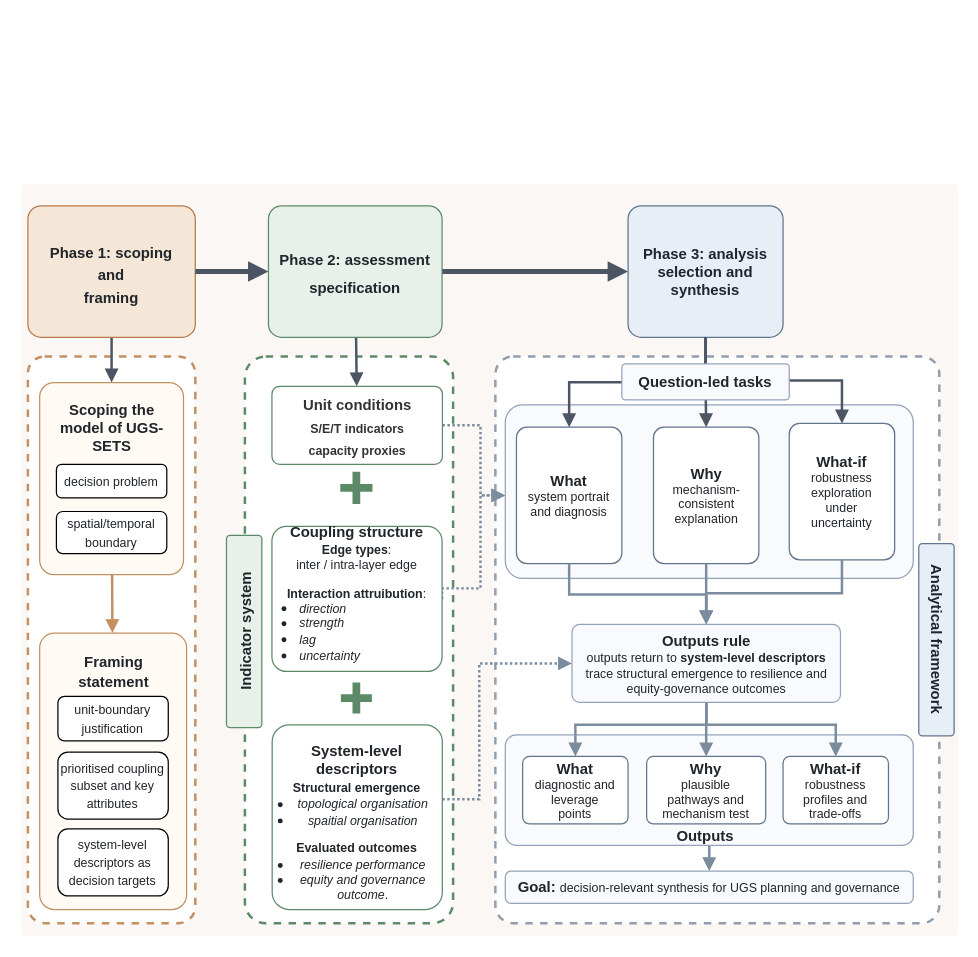
This is section5-workflow.drawio from ZixuanLi317/iodraw-files, a draw.io file, before an edit. Source tidied: cells renumbered, new cells numbered last; positions are measured from the earlier drawing's top-left corner, leaving out a move shared by most shapes. Both pictures are drawn from the tidied source at 124%, with x=0, y=0 at pixel (21, 184).
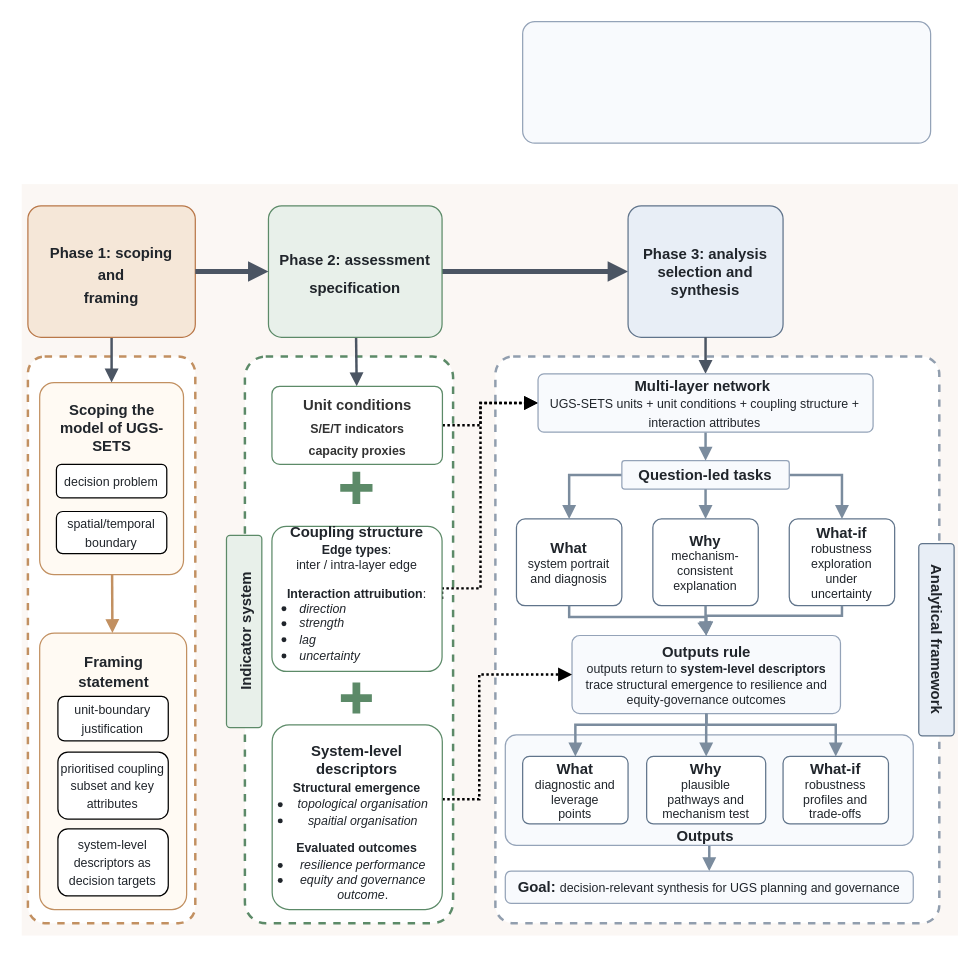
The same diagram, later.

Unchanged cells that the change refers to:
```xml
<mxCell id="14" value="&lt;b&gt;Phase 3: analysis selection and synthesis&lt;/b&gt;" style="whiteSpace=wrap;html=1;fillColor=#e8eef6;strokeColor=#60748b;fontSize=12;fontColor=#20252b;align=center;verticalAlign=middle;spacing=10;rounded=1;arcSize=10;" parent="1" vertex="1">
  <mxGeometry x="489" y="17.5" width="125" height="106" as="geometry" />
</mxCell>
<mxCell id="18" value="&lt;font style=&quot;line-height: 15px; color: rgb(0, 0, 0);&quot;&gt;&lt;b&gt;&lt;span style=&quot;font-size: 12px; line-height: 12px;&quot;&gt;Unit conditions&lt;/span&gt;&lt;br&gt;&lt;font style=&quot;font-size: 10px; line-height: 10px;&quot;&gt;S/E/T indicators&lt;/font&gt;&lt;/b&gt;&lt;/font&gt;&lt;div style=&quot;padding-top: 0px;&quot;&gt;&lt;span style=&quot;background-color: transparent; font-size: 10px;&quot;&gt;&lt;b&gt;&lt;font style=&quot;color: rgb(0, 0, 0);&quot;&gt;capacity proxies&lt;/font&gt;&lt;/b&gt;&lt;/span&gt;&lt;/div&gt;" style="whiteSpace=wrap;html=1;fillColor=#ffffff;strokeColor=#5c8a68;fontSize=15;fontColor=#20252b;align=center;verticalAlign=middle;spacing=10;rounded=1;arcSize=10;textOpacity=80;" parent="1" vertex="1">
  <mxGeometry x="201.8" y="163" width="137.5" height="63" as="geometry" />
</mxCell>
<mxCell id="38" value="&lt;b&gt;Coupling structure&lt;/b&gt;&lt;div style=&quot;line-height: 100%;&quot;&gt;&lt;span style=&quot;font-size: 10px; text-align: left; background-color: transparent; color: light-dark(rgb(32, 37, 43), rgb(201, 206, 211)); line-height: 100%;&quot;&gt;&lt;b&gt;Edge types&lt;/b&gt;:&lt;/span&gt;&lt;/div&gt;&lt;div style=&quot;line-height: 100%; margin-bottom: 10px;&quot;&gt;&lt;font style=&quot;font-size: 10px;&quot;&gt;inter / intra-layer edge&lt;/font&gt;&lt;/div&gt;&lt;div style=&quot;line-height: 100%;&quot;&gt;&lt;span style=&quot;font-size: 10px; text-align: left; background-color: transparent; color: light-dark(rgb(32, 37, 43), rgb(201, 206, 211)); line-height: 100%;&quot;&gt;&lt;b&gt;Interaction attruibution&lt;/b&gt;:&lt;/span&gt;&lt;ul style=&quot;padding-left: 10px; margin-bottom: 10px; margin-top: 0px;&quot;&gt;&lt;li style=&quot;text-align: left;&quot;&gt;&lt;font style=&quot;font-size: 10px; line-height: 100%;&quot;&gt;&lt;i&gt;direction&lt;/i&gt;&lt;/font&gt;&lt;/li&gt;&lt;li style=&quot;text-align: left;&quot;&gt;&lt;font style=&quot;font-size: 10px;&quot;&gt;&lt;i&gt;strength&lt;/i&gt;&lt;/font&gt;&lt;/li&gt;&lt;li style=&quot;text-align: left;&quot;&gt;&lt;font style=&quot;font-size: 10px;&quot;&gt;&lt;i&gt;lag&lt;/i&gt;&lt;/font&gt;&lt;/li&gt;&lt;li style=&quot;text-align: left;&quot;&gt;&lt;font style=&quot;font-size: 10px;&quot;&gt;&lt;i&gt;uncertainty&lt;/i&gt;&lt;/font&gt;&lt;/li&gt;&lt;/ul&gt;&lt;/div&gt;" style="whiteSpace=wrap;html=1;fillColor=#ffffff;strokeColor=#5c8a68;fontSize=12;fontColor=#20252b;align=center;verticalAlign=middle;spacing=10;rounded=1;arcSize=10;" parent="1" vertex="1">
  <mxGeometry x="201.8" y="276" width="137.2" height="117" as="geometry" />
</mxCell>
<mxCell id="40" value="&lt;b&gt;&lt;font style=&quot;font-size: 12px;&quot;&gt;System-level descriptors&lt;/font&gt;&lt;/b&gt;&lt;div&gt;&lt;span style=&quot;background-color: transparent; color: light-dark(rgb(32, 37, 43), rgb(201, 206, 211)); font-size: 10px; text-align: left;&quot;&gt;&lt;b&gt;Structural emergence&lt;/b&gt;&lt;/span&gt;&lt;ul style=&quot;padding-left: 10px; line-height: 100%; margin-top: 0px; margin-bottom: 8px;&quot;&gt;&lt;li&gt;&lt;span style=&quot;font-size: 10px;&quot;&gt;&lt;i&gt;topological organisation&lt;/i&gt;&lt;/span&gt;&lt;/li&gt;&lt;li&gt;&lt;span style=&quot;font-size: 10px;&quot;&gt;&lt;i&gt;spaitial organisation&lt;/i&gt;&lt;/span&gt;&lt;/li&gt;&lt;/ul&gt;&lt;span style=&quot;font-size: 10px; background-color: transparent; color: light-dark(rgb(32, 37, 43), rgb(201, 206, 211));&quot;&gt;&lt;b&gt;Evaluated outcomes&lt;/b&gt;&lt;/span&gt;&lt;br&gt;&lt;ul style=&quot;padding-left: 10px; line-height: 100%; margin-top: 0px; margin-bottom: 0px;&quot;&gt;&lt;li&gt;&lt;span style=&quot;background-color: transparent; color: light-dark(rgb(32, 37, 43), rgb(201, 206, 211)); font-size: 10px; text-align: left; line-height: 100%;&quot;&gt;&lt;i&gt;resilience performance&lt;/i&gt;&lt;/span&gt;&lt;/li&gt;&lt;li&gt;&lt;span style=&quot;background-color: transparent; color: light-dark(rgb(32, 37, 43), rgb(201, 206, 211)); font-size: 10px; text-align: left; line-height: 100%;&quot;&gt;&lt;i&gt;equity and governance outcome&lt;/i&gt;.&lt;/span&gt;&lt;/li&gt;&lt;/ul&gt;&lt;/div&gt;" style="whiteSpace=wrap;html=1;fillColor=#ffffff;strokeColor=#5c8a68;fontSize=12;fontColor=#20252b;align=center;verticalAlign=top;spacing=10;rounded=1;arcSize=10;fontFamily=Helvetica;fontStyle=0;" parent="1" vertex="1">
  <mxGeometry x="202" y="436" width="137.2" height="149" as="geometry" />
</mxCell>
```

Change to the diagram source:
```diff
@@
     <mxCell id="4" style="whiteSpace=wrap;html=1;fillColor=#f8fafd;strokeColor=#94a3b8;fontSize=12;fontColor=#20252b;align=center;verticalAlign=middle;spacing=10;rounded=1;arcSize=10;fontFamily=Helvetica;" parent="1" vertex="1">
-      <mxGeometry x="390" y="178" width="329" height="140" as="geometry" />
+      <mxGeometry x="404" y="-131" width="329" height="98" as="geometry" />
     </mxCell>
@@
-    <mxCell id="17" style="edgeStyle=orthogonalEdgeStyle;rounded=0;jettySize=auto;html=1;fontSize=14;exitX=1;exitY=0.5;exitDx=0;exitDy=0;endArrow=block;endFill=1;strokeColor=light-dark(#7b8c9e, #b77859);strokeWidth=2;align=center;verticalAlign=middle;fontFamily=Helvetica;fontColor=#68717c;labelBackgroundColor=default;dashed=1;dashPattern=1 1;" parent="1" edge="1" source="18">
+    <mxCell id="17" style="edgeStyle=orthogonalEdgeStyle;rounded=0;jettySize=auto;html=1;fontSize=14;exitX=1;exitY=0.5;exitDx=0;exitDy=0;endArrow=block;endFill=1;strokeColor=light-dark(#000000,#B77859);strokeWidth=2;align=center;verticalAlign=middle;fontFamily=Helvetica;fontColor=#68717c;labelBackgroundColor=default;dashed=1;dashPattern=1 1;entryX=0;entryY=0.5;entryDx=0;entryDy=0;" parent="1" edge="1" source="18" target="54">
       <mxGeometry relative="1" as="geometry">
-        <mxPoint x="390" y="251" as="targetPoint" />
         <Array as="points">
-          <mxPoint x="370" y="194" />
-          <mxPoint x="370" y="251" />
+          <mxPoint x="370" y="195" />
+          <mxPoint x="370" y="177" />
+          <mxPoint x="416" y="177" />
         </Array>
       </mxGeometry>
     </mxCell>
@@
     <mxCell id="19" value="&lt;div style=&quot;line-height: 100%;&quot;&gt;&lt;b&gt;What&lt;/b&gt;&lt;br&gt;&lt;font style=&quot;font-size: 10px; line-height: 100%;&quot;&gt;system portrait and diagnosis&lt;/font&gt;&lt;/div&gt;" style="whiteSpace=wrap;html=1;fillColor=default;strokeColor=#60748b;fontSize=12;fontColor=#20252b;align=center;verticalAlign=middle;spacing=10;rounded=1;arcSize=10;fontFamily=Helvetica;" parent="1" vertex="1">
-      <mxGeometry x="399" y="196" width="85" height="110" as="geometry" />
+      <mxGeometry x="399" y="270" width="85" height="70" as="geometry" />
     </mxCell>
     <mxCell id="20" value="&lt;div style=&quot;line-height: 100%;&quot;&gt;&lt;b&gt;Why&lt;/b&gt;&lt;br&gt;&lt;font style=&quot;font-size: 10px; line-height: 100%;&quot;&gt;mechanism-consistent explanation&lt;/font&gt;&lt;/div&gt;" style="whiteSpace=wrap;html=1;fillColor=default;strokeColor=#60748b;fontSize=12;fontColor=#20252b;align=center;verticalAlign=middle;spacing=10;rounded=1;arcSize=10;fontFamily=Helvetica;" parent="1" vertex="1">
-      <mxGeometry x="509.5" y="196" width="85" height="110" as="geometry" />
+      <mxGeometry x="509" y="270" width="85" height="70" as="geometry" />
     </mxCell>
     <mxCell id="21" value="&lt;div style=&quot;line-height: 100%;&quot;&gt;&lt;b&gt;What-if&lt;/b&gt;&lt;br&gt;&lt;font style=&quot;font-size: 10px; line-height: 100%;&quot;&gt;robustness exploration&lt;br&gt;under uncertainty&lt;/font&gt;&lt;/div&gt;" style="whiteSpace=wrap;html=1;fillColor=default;strokeColor=#60748b;fontSize=12;fontColor=#20252b;align=center;verticalAlign=middle;spacing=10;rounded=1;arcSize=10;fontFamily=Helvetica;" parent="1" vertex="1">
-      <mxGeometry x="619" y="193" width="85" height="110" as="geometry" />
+      <mxGeometry x="619" y="270" width="85" height="70" as="geometry" />
     </mxCell>
-    <mxCell id="22" style="edgeStyle=orthogonalEdgeStyle;rounded=0;jettySize=auto;html=1;strokeColor=#4b5563;strokeWidth=2;endArrow=block;endFill=1;fontSize=14;fontColor=#68717c;exitX=0.5;exitY=1;exitDx=0;exitDy=0;" parent="1" edge="1" source="14" target="19">
+    <mxCell id="22" style="edgeStyle=orthogonalEdgeStyle;rounded=0;jettySize=auto;html=1;strokeColor=light-dark(#7b8c9e, #b77859);strokeWidth=2;endArrow=block;endFill=1;fontSize=14;fontColor=#68717c;exitX=0;exitY=0.5;exitDx=0;exitDy=0;align=center;verticalAlign=middle;fontFamily=Helvetica;labelBackgroundColor=default;" parent="1" edge="1" source="43" target="19">
       <mxGeometry relative="1" as="geometry" />
     </mxCell>
-    <mxCell id="23" style="edgeStyle=orthogonalEdgeStyle;rounded=0;jettySize=auto;html=1;strokeColor=#4b5563;strokeWidth=2;endArrow=block;endFill=1;fontSize=14;fontColor=#68717c;" parent="1" edge="1" source="14" target="20">
+    <mxCell id="23" style="edgeStyle=orthogonalEdgeStyle;rounded=0;jettySize=auto;html=1;strokeColor=#4b5563;strokeWidth=2;endArrow=block;endFill=1;fontSize=14;fontColor=#68717c;entryX=0.5;entryY=0;entryDx=0;entryDy=0;" parent="1" edge="1" source="14" target="54">
       <mxGeometry relative="1" as="geometry" />
     </mxCell>
-    <mxCell id="24" style="edgeStyle=orthogonalEdgeStyle;rounded=0;jettySize=auto;html=1;strokeColor=#4b5563;strokeWidth=2;endArrow=block;endFill=1;fontSize=14;fontColor=#68717c;exitX=0.5;exitY=1;exitDx=0;exitDy=0;" parent="1" edge="1" source="14" target="21">
+    <mxCell id="24" style="edgeStyle=orthogonalEdgeStyle;rounded=0;jettySize=auto;html=1;strokeColor=light-dark(#7b8c9e, #b77859);strokeWidth=2;endArrow=block;endFill=1;fontSize=14;fontColor=#68717c;exitX=1;exitY=0.5;exitDx=0;exitDy=0;align=center;verticalAlign=middle;fontFamily=Helvetica;labelBackgroundColor=default;" parent="1" edge="1" source="43" target="21">
       <mxGeometry relative="1" as="geometry" />
     </mxCell>
@@
     <mxCell id="26" value="&lt;div style=&quot;line-height: 80%;&quot;&gt;&lt;b&gt;&lt;font style=&quot;font-size: 12px; line-height: 80%;&quot;&gt;Outputs rule&lt;/font&gt;&lt;/b&gt;&lt;br&gt;&lt;font style=&quot;font-size: 10px; line-height: 80%;&quot;&gt;outputs return to &lt;b&gt;system-level descriptors&lt;/b&gt;&lt;br&gt;trace structural emergence to resilience and equity-governance outcomes&lt;/font&gt;&lt;/div&gt;" style="whiteSpace=wrap;html=1;fillColor=#f8fafd;strokeColor=#94a3b8;fontSize=16;fontColor=#20252b;align=center;verticalAlign=middle;spacing=10;rounded=1;arcSize=10;" parent="1" vertex="1">
-      <mxGeometry x="443.8" y="355" width="216.5" height="63" as="geometry" />
+      <mxGeometry x="443.8" y="364" width="216.5" height="63" as="geometry" />
     </mxCell>
     <mxCell id="27" style="edgeStyle=orthogonalEdgeStyle;rounded=0;jettySize=auto;html=1;strokeColor=light-dark(#7b8c9e, #b77859);strokeWidth=2;endArrow=block;endFill=1;fontSize=14;fontColor=#68717c;exitX=0.5;exitY=1;exitDx=0;exitDy=0;" parent="1" edge="1" source="19" target="26">
       <mxGeometry relative="1" as="geometry">
         <Array as="points">
-          <mxPoint x="442" y="331" />
-          <mxPoint x="552" y="331" />
+          <mxPoint x="441" y="349" />
+          <mxPoint x="552" y="349" />
         </Array>
       </mxGeometry>
     </mxCell>
@@
     <mxCell id="29" style="edgeStyle=orthogonalEdgeStyle;rounded=0;jettySize=auto;html=1;strokeColor=light-dark(#7b8c9e, #b77859);strokeWidth=2;endArrow=block;endFill=1;fontSize=14;fontColor=#68717c;align=center;verticalAlign=middle;fontFamily=Helvetica;labelBackgroundColor=default;exitX=0.5;exitY=1;exitDx=0;exitDy=0;" parent="1" edge="1" source="21" target="26">
       <mxGeometry relative="1" as="geometry">
         <Array as="points">
-          <mxPoint x="662" y="330" />
-          <mxPoint x="552" y="330" />
+          <mxPoint x="661" y="348" />
+          <mxPoint x="552" y="348" />
         </Array>
       </mxGeometry>
     </mxCell>
@@
-    <mxCell id="37" style="edgeStyle=orthogonalEdgeStyle;rounded=0;jettySize=auto;html=1;fontSize=14;exitX=1;exitY=0.5;exitDx=0;exitDy=0;strokeColor=light-dark(#7b8c9e, #b77859);strokeWidth=2;align=center;verticalAlign=middle;fontFamily=Helvetica;fontColor=#68717c;labelBackgroundColor=default;endArrow=block;endFill=1;dashed=1;dashPattern=1 1;" parent="1" edge="1" source="38">
+    <mxCell id="37" style="edgeStyle=orthogonalEdgeStyle;rounded=0;jettySize=auto;html=1;fontSize=14;exitX=1;exitY=0.5;exitDx=0;exitDy=0;strokeColor=light-dark(#000000,#B77859);strokeWidth=2;align=center;verticalAlign=middle;fontFamily=Helvetica;fontColor=#68717c;labelBackgroundColor=default;endArrow=block;endFill=1;dashed=1;dashPattern=1 1;entryX=0;entryY=0.5;entryDx=0;entryDy=0;" parent="1" edge="1" source="38" target="54">
       <mxGeometry relative="1" as="geometry">
-        <mxPoint x="390" y="251" as="targetPoint" />
         <Array as="points">
+          <mxPoint x="339" y="326" />
           <mxPoint x="370" y="326" />
-          <mxPoint x="370" y="251" />
+          <mxPoint x="370" y="177" />
         </Array>
       </mxGeometry>
     </mxCell>
@@
-    <mxCell id="39" style="edgeStyle=orthogonalEdgeStyle;rounded=0;jettySize=auto;html=1;fontSize=14;entryX=0;entryY=0.5;entryDx=0;entryDy=0;strokeColor=light-dark(#7b8c9e, #b77859);strokeWidth=2;align=center;verticalAlign=middle;fontFamily=Helvetica;fontColor=#68717c;labelBackgroundColor=default;endArrow=block;endFill=1;dashed=1;dashPattern=1 1;" parent="1" edge="1" source="40" target="26">
+    <mxCell id="39" style="edgeStyle=orthogonalEdgeStyle;rounded=0;jettySize=auto;html=1;fontSize=14;entryX=0;entryY=0.5;entryDx=0;entryDy=0;strokeColor=light-dark(#000000,#B77859);strokeWidth=2;align=center;verticalAlign=middle;fontFamily=Helvetica;fontColor=#68717c;labelBackgroundColor=default;endArrow=block;endFill=1;dashed=1;dashPattern=1 1;" parent="1" edge="1" source="40" target="26">
       <mxGeometry relative="1" as="geometry">
         <Array as="points">
           <mxPoint x="369" y="496" />
-          <mxPoint x="369" y="386" />
+          <mxPoint x="369" y="396" />
+          <mxPoint x="444" y="396" />
         </Array>
       </mxGeometry>
     </mxCell>
@@
     <mxCell id="43" value="&lt;b&gt;Question-led tasks&lt;/b&gt;" style="whiteSpace=wrap;html=1;fillColor=#f8fafd;strokeColor=#94a3b8;fontSize=12;fontColor=#20252b;align=center;verticalAlign=middle;spacing=10;rounded=1;arcSize=10;" parent="1" vertex="1">
-      <mxGeometry x="484" y="145" width="135" height="29" as="geometry" />
+      <mxGeometry x="484" y="223" width="135" height="23" as="geometry" />
     </mxCell>
@@
+    <mxCell id="53" style="edgeStyle=none;rounded=0;jettySize=auto;html=1;fontSize=14;entryX=0.5;entryY=0;entryDx=0;entryDy=0;strokeColor=light-dark(#7b8c9e, #b77859);strokeWidth=2;align=center;verticalAlign=middle;fontFamily=Helvetica;fontColor=#68717c;labelBackgroundColor=default;endArrow=block;endFill=1;" parent="1" edge="1" source="54" target="43">
+      <mxGeometry relative="1" as="geometry" />
+    </mxCell>
+    <mxCell id="54" value="&lt;b&gt;Multi-layer network&amp;nbsp;&lt;/b&gt;&lt;div&gt;&lt;font style=&quot;font-size: 10px;&quot;&gt;UGS-SETS units&amp;nbsp;&lt;span style=&quot;background-color: transparent; color: light-dark(rgb(32, 37, 43), rgb(201, 206, 211));&quot;&gt;+&lt;/span&gt;&lt;/font&gt;&lt;span style=&quot;font-size: 10px; background-color: transparent; color: light-dark(rgb(32, 37, 43), rgb(201, 206, 211));&quot;&gt;&amp;nbsp;unit conditions + coupling structure + interaction attributes&lt;/span&gt;&lt;/div&gt;" style="whiteSpace=wrap;html=1;fillColor=#f8fafd;strokeColor=#94a3b8;fontSize=12;fontColor=#20252b;align=center;verticalAlign=middle;spacing=10;rounded=1;arcSize=10;" parent="1" vertex="1">
+      <mxGeometry x="416.4" y="153" width="270.2" height="47" as="geometry" />
+    </mxCell>
+    <mxCell id="55" style="edgeStyle=none;rounded=0;jettySize=auto;html=1;fontSize=14;entryX=0.5;entryY=0;entryDx=0;entryDy=0;strokeColor=light-dark(#7b8c9e, #b77859);strokeWidth=2;align=center;verticalAlign=middle;fontFamily=Helvetica;fontColor=#68717c;labelBackgroundColor=default;endArrow=block;endFill=1;exitX=0.5;exitY=1;exitDx=0;exitDy=0;" parent="1" edge="1" source="43" target="20">
+      <mxGeometry relative="1" as="geometry" />
+    </mxCell>
```
